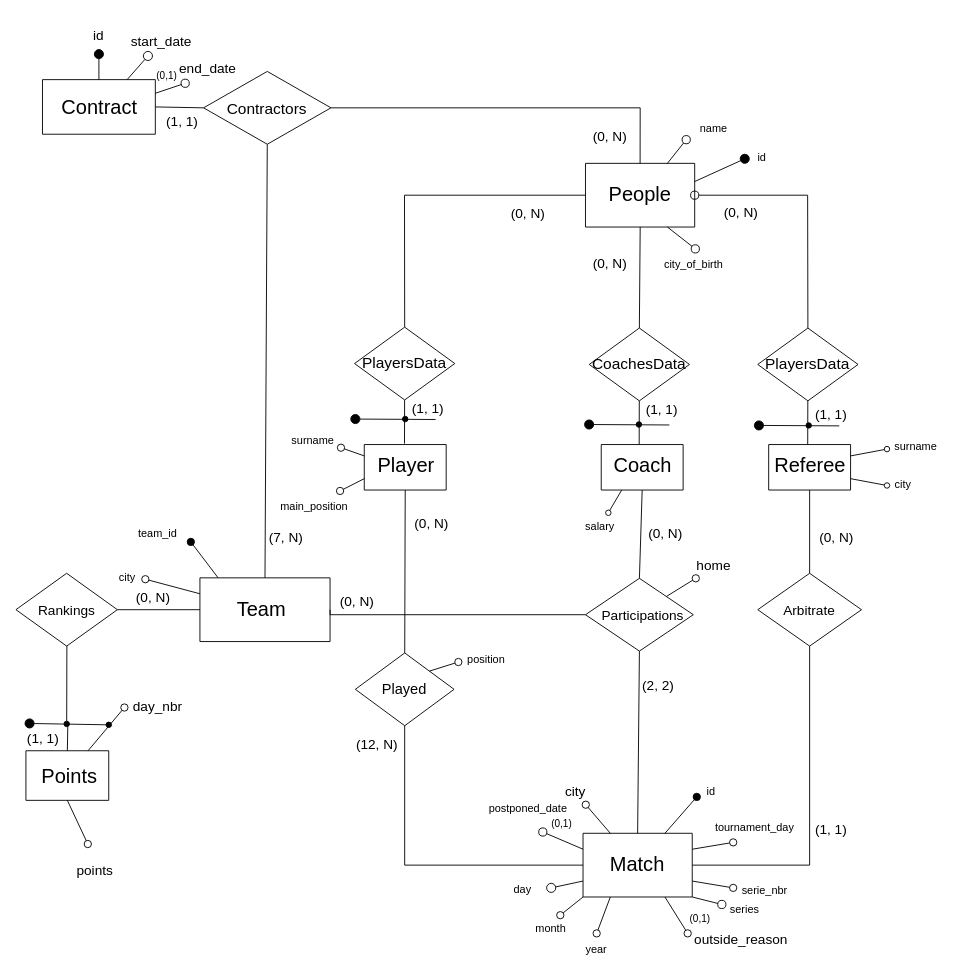
Before: CleanedDiagram1.2.drawio in gmessmer/CSCC43-Databases, a draw.io diagram. Source tidied: cells renumbered, new cells numbered last; positions are measured from the earlier drawing's top-left corner, leaving out a move shared by most shapes. Both pictures are drawn from the tidied source at 91%, with x=0, y=0 at pixel (15, 15).
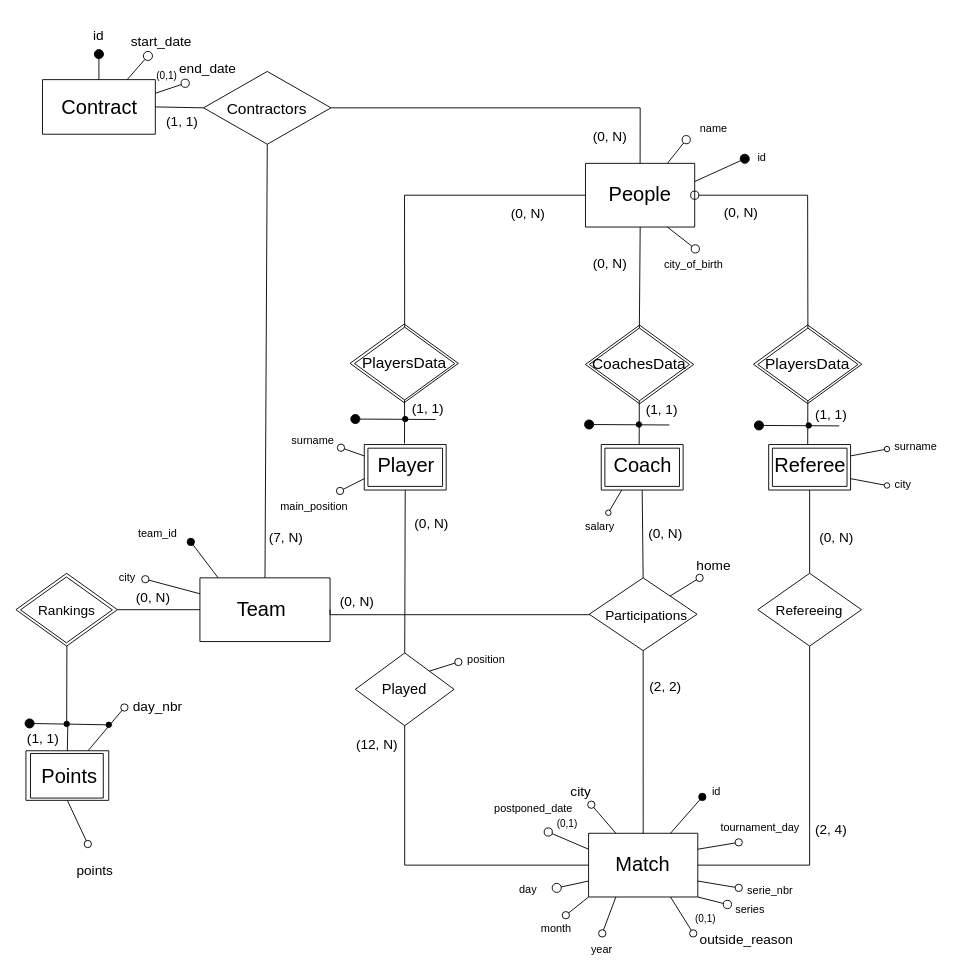
The same diagram, later.

The change refers to these unchanged cells:
```xml
<mxCell id="19" style="swimlane;startSize=0;fillColor=#000000;" parent="1" vertex="1">
  <mxGeometry x="643.2" y="471" width="90" height="50" as="geometry" />
</mxCell>
<mxCell id="24" style="swimlane;startSize=0;fillColor=#000000;" parent="1" vertex="1">
  <mxGeometry x="827.2" y="471" width="90" height="50" as="geometry" />
</mxCell>
<mxCell id="43" value="&lt;font style=&quot;font-size: 22px&quot;&gt;Match&lt;br&gt;&lt;/font&gt;" style="text;html=1;strokeColor=none;fillColor=none;align=center;verticalAlign=middle;whiteSpace=wrap;rounded=0;" parent="42" vertex="1">
  <mxGeometry x="30" y="20" width="60" height="30" as="geometry" />
</mxCell>
```

Diff of the diagram source:
```diff
@@
+    <mxCell id="137" style="swimlane;startSize=0;fillColor=#000000;" parent="19" vertex="1">
+      <mxGeometry x="4" y="4" width="82" height="42" as="geometry" />
+    </mxCell>
@@
+    <mxCell id="138" style="swimlane;startSize=0;fillColor=#000000;" parent="24" vertex="1">
+      <mxGeometry x="4.1" y="4" width="82" height="42" as="geometry" />
+    </mxCell>
@@
     <mxCell id="30" style="edgeStyle=none;rounded=0;jettySize=auto;html=1;exitX=1;exitY=0.25;exitDx=0;exitDy=0;fontSize=12;startArrow=none;startFill=0;endArrow=oval;endFill=0;endSize=8;" parent="1" edge="1" source="42">
       <mxGeometry relative="1" as="geometry">
-        <mxPoint x="788.2" y="908.2" as="targetPoint" />
+        <mxPoint x="794.3" y="908.2" as="targetPoint" />
       </mxGeometry>
     </mxCell>
     <mxCell id="31" style="edgeStyle=none;rounded=0;jettySize=auto;html=1;exitX=1;exitY=0.75;exitDx=0;exitDy=0;fontSize=12;startArrow=none;startFill=0;endArrow=oval;endFill=0;endSize=8;" parent="1" edge="1" source="42">
       <mxGeometry relative="1" as="geometry">
-        <mxPoint x="788.2" y="958.2" as="targetPoint" />
+        <mxPoint x="794.3" y="958.2" as="targetPoint" />
       </mxGeometry>
     </mxCell>
     <mxCell id="32" style="edgeStyle=none;rounded=0;jettySize=auto;html=1;exitX=1;exitY=1;exitDx=0;exitDy=0;fontSize=12;startArrow=none;startFill=0;endArrow=oval;endFill=0;" parent="1" edge="1" source="42">
       <mxGeometry relative="1" as="geometry">
-        <mxPoint x="743" y="968.5" as="targetPoint" />
+        <mxPoint x="749" y="968.5" as="targetPoint" />
       </mxGeometry>
     </mxCell>
     <mxCell id="33" style="edgeStyle=none;rounded=0;jettySize=auto;html=1;exitX=0.75;exitY=1;exitDx=0;exitDy=0;fontSize=12;startArrow=none;startFill=0;endArrow=oval;endFill=0;endSize=8;" parent="1" edge="1" source="42">
       <mxGeometry relative="1" as="geometry">
-        <mxPoint x="738.2" y="1008.2" as="targetPoint" />
+        <mxPoint x="744.3" y="1008.2" as="targetPoint" />
       </mxGeometry>
     </mxCell>
     <mxCell id="34" style="edgeStyle=none;rounded=0;jettySize=auto;html=1;exitX=0.75;exitY=0;exitDx=0;exitDy=0;fontSize=12;startArrow=none;startFill=0;endArrow=oval;endFill=1;endSize=8;" parent="1" edge="1" source="42">
       <mxGeometry relative="1" as="geometry">
-        <mxPoint x="748.2" y="858.2" as="targetPoint" />
+        <mxPoint x="754.3" y="858.2" as="targetPoint" />
       </mxGeometry>
     </mxCell>
     <mxCell id="35" style="edgeStyle=none;rounded=0;jettySize=auto;html=1;exitX=0.25;exitY=1;exitDx=0;exitDy=0;fontSize=12;startArrow=none;startFill=0;endArrow=oval;endFill=0;endSize=8;" parent="1" edge="1" source="42">
       <mxGeometry relative="1" as="geometry">
-        <mxPoint x="638.2" y="1008.2" as="targetPoint" />
+        <mxPoint x="644.3" y="1008.2" as="targetPoint" />
       </mxGeometry>
     </mxCell>
     <mxCell id="36" style="edgeStyle=none;rounded=0;jettySize=auto;html=1;exitX=0;exitY=1;exitDx=0;exitDy=0;fontSize=12;startArrow=none;startFill=0;endArrow=oval;endFill=0;endSize=8;" parent="1" edge="1" source="42">
       <mxGeometry relative="1" as="geometry">
-        <mxPoint x="598.2" y="988.2" as="targetPoint" />
+        <mxPoint x="604.3" y="988.2" as="targetPoint" />
       </mxGeometry>
     </mxCell>
     <mxCell id="37" style="edgeStyle=none;rounded=0;jettySize=auto;html=1;exitX=0;exitY=0.75;exitDx=0;exitDy=0;fontSize=12;startArrow=none;startFill=0;endArrow=oval;endFill=0;endSize=10;" parent="1" edge="1" source="42">
       <mxGeometry relative="1" as="geometry">
-        <mxPoint x="588.2" y="958.2" as="targetPoint" />
+        <mxPoint x="594.3" y="958.2" as="targetPoint" />
       </mxGeometry>
     </mxCell>
     <mxCell id="38" style="edgeStyle=none;rounded=0;jettySize=auto;html=1;exitX=0.25;exitY=0;exitDx=0;exitDy=0;fontSize=15;startArrow=none;startFill=0;endArrow=oval;endFill=0;endSize=8;elbow=vertical;" parent="1" edge="1" source="42">
       <mxGeometry relative="1" as="geometry">
-        <mxPoint x="626.2" y="866.8" as="targetPoint" />
+        <mxPoint x="632.3" y="866.8" as="targetPoint" />
       </mxGeometry>
     </mxCell>
@@
     <mxCell id="40" style="rounded=0;jettySize=auto;html=1;exitX=0;exitY=0.25;exitDx=0;exitDy=0;fontSize=12;endArrow=oval;endFill=0;endSize=9;" parent="1" edge="1" source="42">
       <mxGeometry relative="1" as="geometry">
-        <mxPoint x="579" y="896.8" as="targetPoint" />
+        <mxPoint x="585" y="896.8" as="targetPoint" />
       </mxGeometry>
     </mxCell>
@@
     <mxCell id="42" style="swimlane;startSize=0;fillColor=#000000;" parent="1" vertex="1">
-      <mxGeometry x="623.2" y="898.2" width="120" height="70" as="geometry" />
+      <mxGeometry x="629.3" y="898.2" width="120" height="70" as="geometry" />
     </mxCell>
@@
+    <mxCell id="139" style="edgeStyle=none;rounded=0;orthogonalLoop=1;jettySize=auto;html=1;exitX=0.25;exitY=0;exitDx=0;exitDy=0;fontSize=12;endArrow=oval;endFill=0;endSize=9;" parent="42" edge="1" source="43" target="43">
+      <mxGeometry relative="1" as="geometry" />
+    </mxCell>
     <mxCell id="44" value="id" style="text;html=1;strokeColor=none;fillColor=none;align=center;verticalAlign=middle;whiteSpace=wrap;rounded=0;fontSize=12;" parent="1" vertex="1">
-      <mxGeometry x="734.2" y="838.2" width="60" height="30" as="geometry" />
+      <mxGeometry x="740.3" y="838.2" width="60" height="30" as="geometry" />
     </mxCell>
     <mxCell id="45" value="day" style="text;html=1;strokeColor=none;fillColor=none;align=center;verticalAlign=middle;whiteSpace=wrap;rounded=0;fontSize=12;" parent="1" vertex="1">
-      <mxGeometry x="527.2" y="945.2" width="60" height="30" as="geometry" />
+      <mxGeometry x="533.3" y="945.2" width="60" height="30" as="geometry" />
     </mxCell>
     <mxCell id="46" value="month" style="text;html=1;strokeColor=none;fillColor=none;align=center;verticalAlign=middle;whiteSpace=wrap;rounded=0;fontSize=12;" parent="1" vertex="1">
-      <mxGeometry x="558.2" y="988.2" width="60" height="30" as="geometry" />
+      <mxGeometry x="564.3" y="988.2" width="60" height="30" as="geometry" />
     </mxCell>
     <mxCell id="47" value="year" style="text;html=1;strokeColor=none;fillColor=none;align=center;verticalAlign=middle;whiteSpace=wrap;rounded=0;fontSize=12;" parent="1" vertex="1">
-      <mxGeometry x="608.2" y="1011.2" width="60" height="30" as="geometry" />
+      <mxGeometry x="614.3" y="1011.2" width="60" height="30" as="geometry" />
     </mxCell>
     <mxCell id="48" value="series" style="text;html=1;strokeColor=none;fillColor=none;align=center;verticalAlign=middle;whiteSpace=wrap;rounded=0;fontSize=12;" parent="1" vertex="1">
-      <mxGeometry x="770.9" y="966.8" width="60" height="30" as="geometry" />
+      <mxGeometry x="776.9" y="966.8" width="60" height="30" as="geometry" />
     </mxCell>
     <mxCell id="49" value="serie_nbr" style="text;html=1;strokeColor=none;fillColor=none;align=center;verticalAlign=middle;whiteSpace=wrap;rounded=0;fontSize=12;" parent="1" vertex="1">
-      <mxGeometry x="793.2" y="946.2" width="60" height="30" as="geometry" />
+      <mxGeometry x="799.3" y="946.2" width="60" height="30" as="geometry" />
     </mxCell>
@@
     <mxCell id="60" style="edgeStyle=none;rounded=0;jettySize=auto;html=1;exitX=1;exitY=0;exitDx=0;exitDy=0;fontSize=15;startArrow=none;startFill=0;endArrow=oval;endFill=0;endSize=8;elbow=vertical;" parent="1" edge="1" source="61">
       <mxGeometry relative="1" as="geometry">
-        <mxPoint x="747.1" y="618" as="targetPoint" />
+        <mxPoint x="751.3" y="617.5" as="targetPoint" />
       </mxGeometry>
     </mxCell>
     <mxCell id="61" style="rhombus;whiteSpace=wrap;html=1;fontStyle=1;fillColor=none;startSize=0;" parent="1" vertex="1">
-      <mxGeometry x="625.9" y="618" width="118.5" height="80" as="geometry" />
+      <mxGeometry x="630" y="617.5" width="118.5" height="80" as="geometry" />
     </mxCell>
     <mxCell id="62" value="Participations" style="text;html=1;strokeColor=none;fillColor=none;align=center;verticalAlign=middle;whiteSpace=wrap;rounded=0;fontSize=15;" parent="1" vertex="1">
-      <mxGeometry x="659.1" y="643" width="60" height="30" as="geometry" />
+      <mxGeometry x="663.3" y="642.5" width="60" height="30" as="geometry" />
     </mxCell>
@@
-    <mxCell id="65" value="Arbitrate" style="text;html=1;strokeColor=none;fillColor=none;align=center;verticalAlign=middle;whiteSpace=wrap;rounded=0;fontSize=15;" parent="1" vertex="1">
+    <mxCell id="65" value="Refereeing" style="text;html=1;strokeColor=none;fillColor=none;align=center;verticalAlign=middle;whiteSpace=wrap;rounded=0;fontSize=15;" parent="1" vertex="1">
       <mxGeometry x="842.2" y="637.5" width="60" height="30" as="geometry" />
     </mxCell>
@@
     <mxCell id="81" value="tournament_day" style="text;html=1;strokeColor=none;fillColor=none;align=center;verticalAlign=middle;whiteSpace=wrap;rounded=0;fontSize=12;" parent="1" vertex="1">
-      <mxGeometry x="782.2" y="876.8" width="60" height="30" as="geometry" />
+      <mxGeometry x="788.3" y="876.8" width="60" height="30" as="geometry" />
     </mxCell>
@@
     <mxCell id="91" value="city" style="text;html=1;strokeColor=none;fillColor=none;align=center;verticalAlign=middle;whiteSpace=wrap;rounded=0;fontSize=15;" parent="1" vertex="1">
-      <mxGeometry x="585.2" y="836.8" width="60" height="30" as="geometry" />
+      <mxGeometry x="591.3" y="836.8" width="60" height="30" as="geometry" />
     </mxCell>
@@
     <mxCell id="93" value="(2, 2)" style="text;html=1;strokeColor=none;fillColor=none;align=center;verticalAlign=middle;whiteSpace=wrap;rounded=0;fontSize=15;" parent="1" vertex="1">
-      <mxGeometry x="676.2" y="720" width="60" height="30" as="geometry" />
+      <mxGeometry x="683.5" y="721" width="60" height="30" as="geometry" />
     </mxCell>
-    <mxCell id="94" value="(1, 1)" style="text;html=1;strokeColor=none;fillColor=none;align=center;verticalAlign=middle;whiteSpace=wrap;rounded=0;fontSize=15;" parent="1" vertex="1">
+    <mxCell id="94" value="(2, 4)" style="text;html=1;strokeColor=none;fillColor=none;align=center;verticalAlign=middle;whiteSpace=wrap;rounded=0;fontSize=15;" parent="1" vertex="1">
       <mxGeometry x="866.2" y="878.8" width="60" height="30" as="geometry" />
     </mxCell>
@@
     <mxCell id="108" value="&lt;span style=&quot;font-size: 15px&quot;&gt;outside_reason&lt;/span&gt;" style="text;html=1;strokeColor=none;fillColor=none;align=center;verticalAlign=middle;whiteSpace=wrap;rounded=0;fontSize=21;" parent="1" vertex="1">
-      <mxGeometry x="767.2" y="996.8" width="60" height="30" as="geometry" />
+      <mxGeometry x="773.3" y="996.8" width="60" height="30" as="geometry" />
     </mxCell>
@@
     <mxCell id="134" value="&lt;span style=&quot;font-size: 12px&quot;&gt;postponed_date&lt;/span&gt;" style="text;html=1;strokeColor=none;fillColor=none;align=center;verticalAlign=middle;whiteSpace=wrap;rounded=0;fontSize=21;" parent="1" vertex="1">
-      <mxGeometry x="532.8" y="851.8" width="60" height="30" as="geometry" />
+      <mxGeometry x="538.8" y="851.8" width="60" height="30" as="geometry" />
     </mxCell>
     <mxCell id="135" value="&lt;font style=&quot;font-size: 11px&quot;&gt;(0,1)&lt;/font&gt;" style="text;html=1;strokeColor=none;fillColor=none;align=center;verticalAlign=middle;whiteSpace=wrap;rounded=0;fontSize=17;" parent="1" vertex="1">
-      <mxGeometry x="570" y="871.8" width="60" height="30" as="geometry" />
+      <mxGeometry x="576" y="871.8" width="60" height="30" as="geometry" />
     </mxCell>
     <mxCell id="136" value="&lt;font style=&quot;font-size: 11px&quot;&gt;(0,1)&lt;/font&gt;" style="text;html=1;strokeColor=none;fillColor=none;align=center;verticalAlign=middle;whiteSpace=wrap;rounded=0;fontSize=17;" parent="1" vertex="1">
-      <mxGeometry x="722.2" y="976.2" width="60" height="30" as="geometry" />
+      <mxGeometry x="728.3" y="976.2" width="60" height="30" as="geometry" />
     </mxCell>
+    <mxCell id="140" style="rhombus;whiteSpace=wrap;html=1;fontStyle=1;fillColor=none;startSize=0;" parent="1" vertex="1">
+      <mxGeometry x="5" y="616.5" width="101" height="72.4" as="geometry" />
+    </mxCell>
+    <mxCell id="141" style="swimlane;startSize=0;fillColor=#000000;" parent="1" vertex="1">
+      <mxGeometry x="16" y="810.5" width="80" height="49" as="geometry" />
+    </mxCell>
+    <mxCell id="142" style="swimlane;startSize=0;fillColor=#000000;" parent="1" vertex="1">
+      <mxGeometry x="386.8" y="475" width="82" height="42" as="geometry" />
+    </mxCell>
+    <mxCell id="143" style="rhombus;whiteSpace=wrap;html=1;fillColor=none;" parent="1" vertex="1">
+      <mxGeometry x="367.2" y="338.6" width="119" height="86.4" as="geometry" />
+    </mxCell>
+    <mxCell id="144" style="rhombus;whiteSpace=wrap;html=1;fillColor=none;" parent="1" vertex="1">
+      <mxGeometry x="625.8" y="339.8" width="119" height="86.4" as="geometry" />
+    </mxCell>
+    <mxCell id="145" style="rhombus;whiteSpace=wrap;html=1;fillColor=none;strokeColor=default;" parent="1" vertex="1">
+      <mxGeometry x="810.5" y="339.6" width="119" height="86.4" as="geometry" />
+    </mxCell>
```
